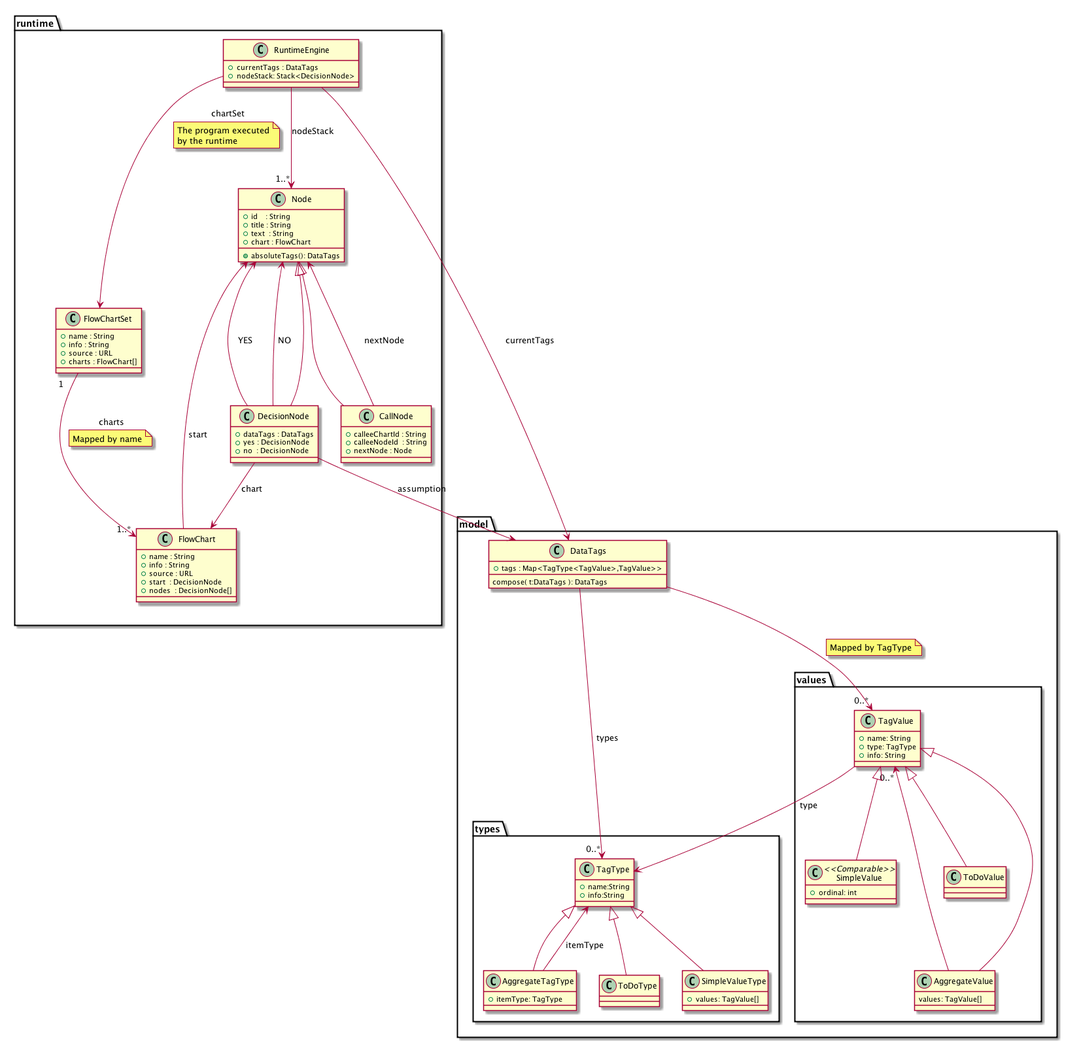
Above: DataTagsLib/DOCS/classes.png in IQSS/DataTaggingLibrary (PlantUML), before the change.
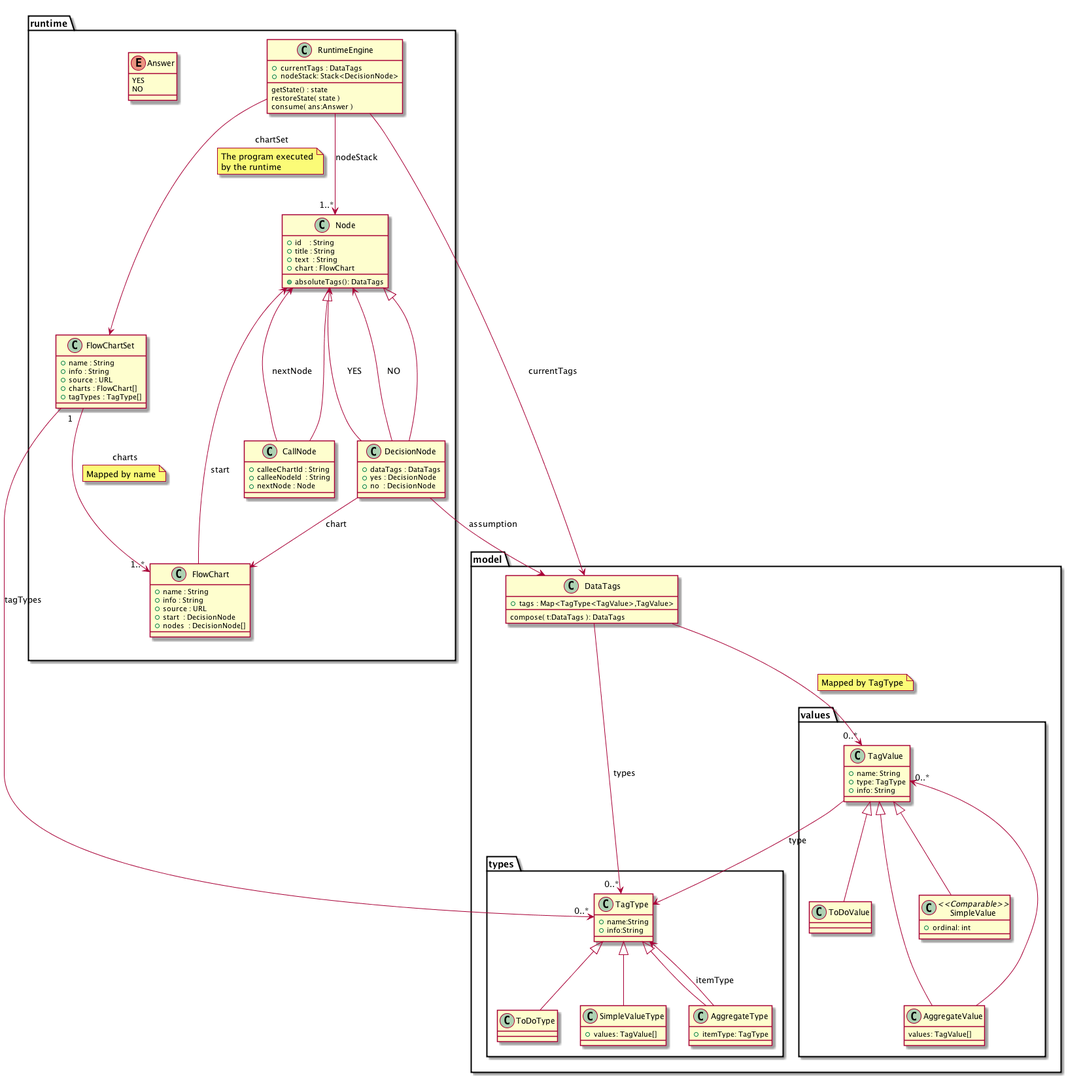
After the change.

The edit, as a diff of the source:
```diff
@@ -4,6 +4,25 @@
 	class RuntimeEngine {
 		+ currentTags : DataTags
 		+ nodeStack: Stack<DecisionNode>
+		getState() : state
+		restoreState( state )
+		consume( ans:Answer )
+	}
+
+	class FlowChartSet {
+		+ name : String
+		+ info : String
+		+ source : URL
+		+ charts : FlowChart[]
+		+ tagTypes : TagType[]
+	}
+
+	class FlowChart {
+		+ name : String
+		+ info : String
+		+ source : URL
+		+ start  : DecisionNode
+		+ nodes  : DecisionNode[]
 	}
 
 	class Node {
@@ -26,25 +45,15 @@
 		+ nextNode : Node
 	}
 
-	class FlowChart {
-		+ name : String
-		+ info : String
-		+ source : URL
-		+ start  : DecisionNode
-		+ nodes  : DecisionNode[]
-	}
-
-	class FlowChartSet {
-		+ name : String
-		+ info : String
-		+ source : URL
-		+ charts : FlowChart[]
+	enum Answer {
+		YES
+		NO
 	}
 }
 
 package model {
 	class DataTags {
-		+ tags : Map<TagType<TagValue>,TagValue>>
+		+ tags : Map<TagType<TagValue>,TagValue>
 		compose( t:DataTags ): DataTags
 	}
 
@@ -62,7 +71,7 @@
 			+ values: TagValue[]
 		}
 
-		class AggregateTagType {
+		class AggregateType {
 			+ itemType: TagType
 		}
 	}
@@ -96,12 +105,11 @@
 	by the runtime
 end note
 
-
 Node <|-- DecisionNode
 Node <|-- CallNode
 TagType <|-- ToDoType
 TagType <|-- SimpleValueType
-TagType <|-- AggregateTagType
+TagType <|-- AggregateType
 TagValue <|-- ToDoValue
 TagValue <|-- AggregateValue
 TagValue <|-- SimpleValue
@@ -121,9 +129,14 @@
 DataTags --> "0..*" TagValue
 note on link: Mapped by TagType
 
-TagValue --> TagType : type
 AggregateValue ---> "0..*" TagValue
 
-AggregateTagType --> TagType : itemType
+AggregateType --> TagType : itemType
+
+FlowChartSet --> "0..*" TagType : tagTypes
+
+TagValue --> TagType : type
+
+
 
 @enduml
```
